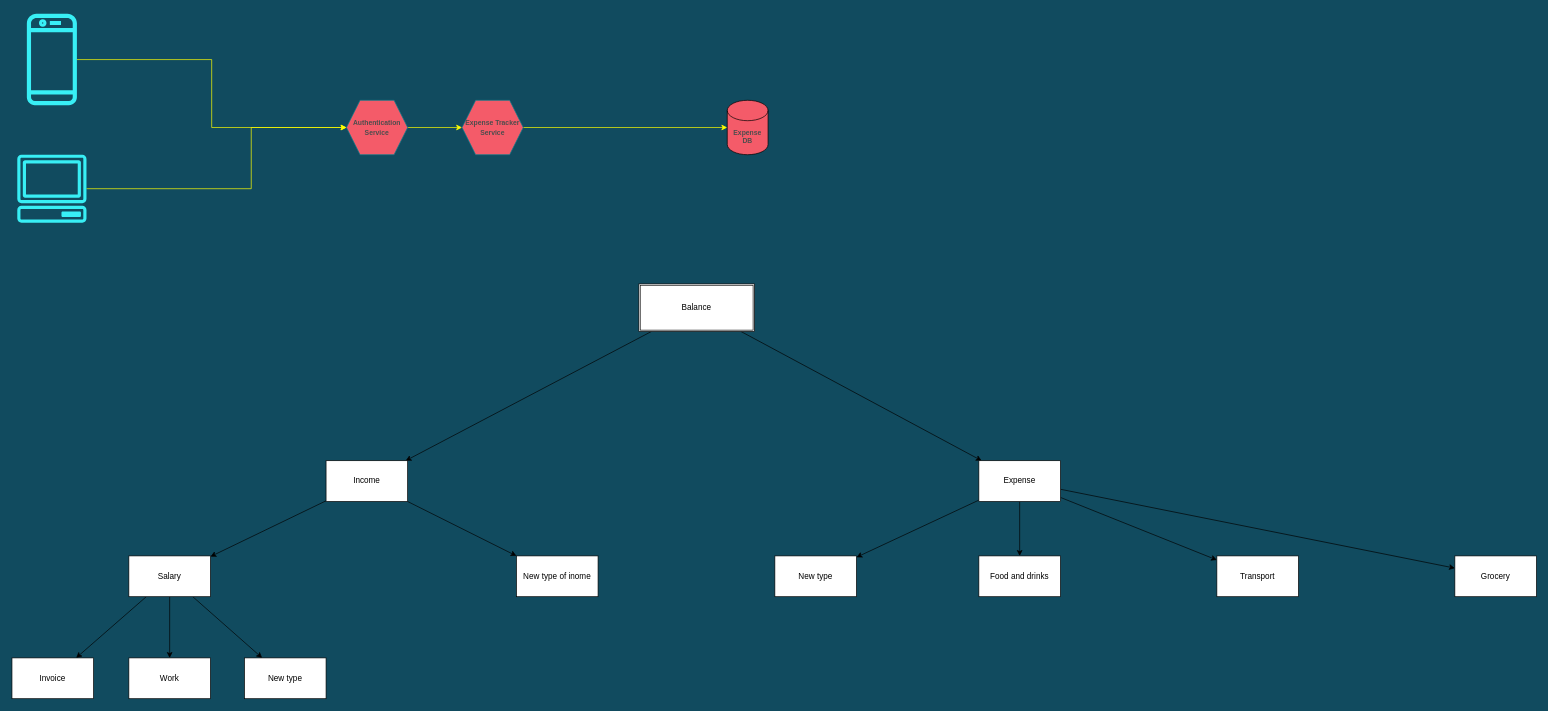
The draw.io diagram Architecture.drawio in kanaan-dvlps/Expense_Tracker, before the edit. Source tidied: cells renumbered, new cells numbered last; positions are measured from the earlier drawing's top-left corner, leaving out a move shared by most shapes. Both pictures are drawn from the tidied source at 68%, with x=0, y=0 at pixel (12, 12).
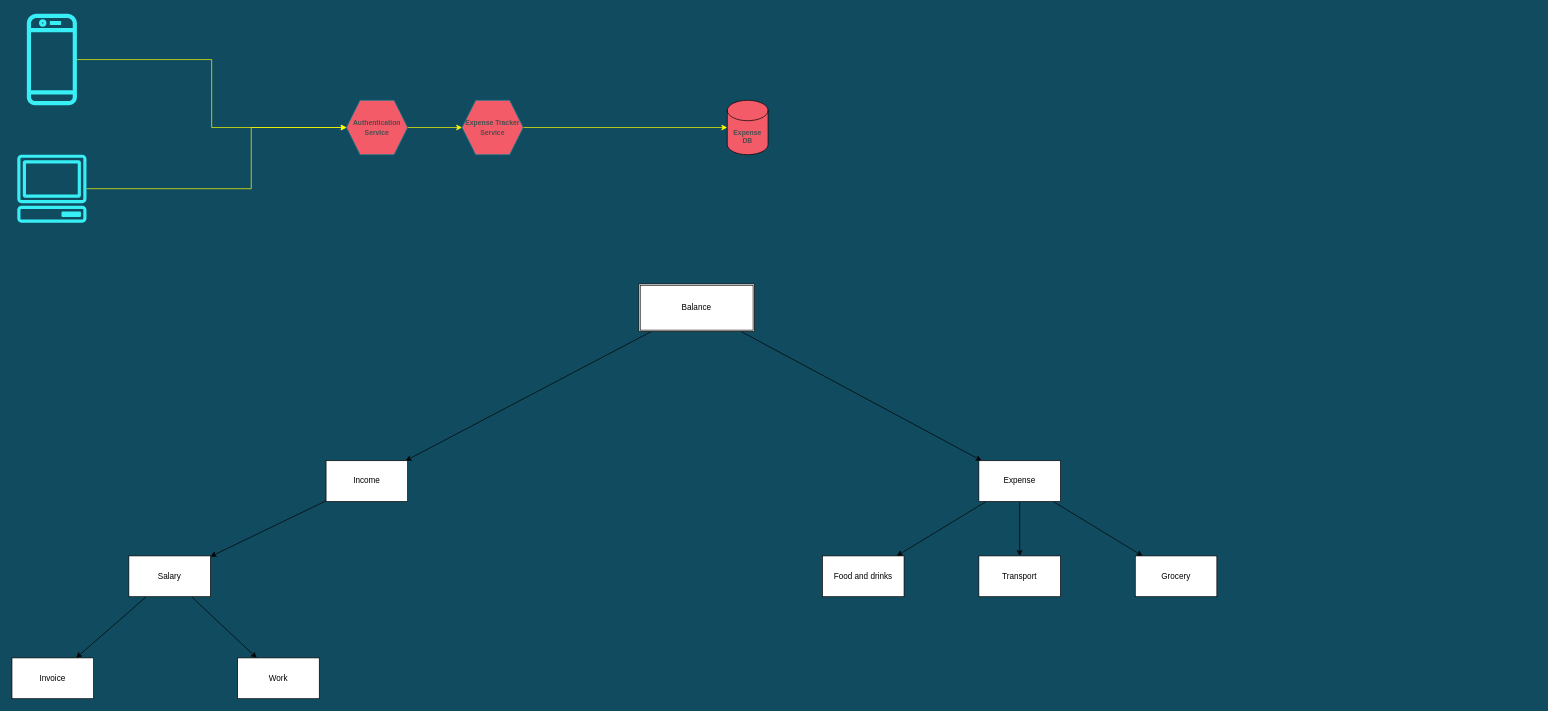
Above is the later version.

Commit message:
chore: edited database tree

The change refers to these unchanged cells:
```xml
<mxCell id="16" value="Income" style="whiteSpace=wrap;html=1;rounded=0;" parent="1" vertex="1">
  <mxGeometry x="462" y="660" width="120" height="60" as="geometry" />
</mxCell>
<mxCell id="21" value="Expense" style="whiteSpace=wrap;html=1;rounded=0;" parent="1" vertex="1">
  <mxGeometry x="1422" y="660" width="120" height="60" as="geometry" />
</mxCell>
<mxCell id="25" value="Salary" style="whiteSpace=wrap;html=1;rounded=0;" parent="1" vertex="1">
  <mxGeometry x="172" y="800" width="120" height="60" as="geometry" />
</mxCell>
```

Change to the diagram source:
```diff
@@
-    <mxCell id="15" style="edgeStyle=none;html=1;" parent="1" edge="1" source="16" target="26">
-      <mxGeometry relative="1" as="geometry" />
-    </mxCell>
@@
-    <mxCell id="19" style="edgeStyle=none;html=1;" parent="1" edge="1" source="21" target="32">
-      <mxGeometry relative="1" as="geometry" />
-    </mxCell>
@@
-    <mxCell id="24" style="edgeStyle=none;html=1;" parent="1" edge="1" source="25" target="29">
-      <mxGeometry relative="1" as="geometry" />
-    </mxCell>
@@
-    <mxCell id="26" value="New type of inome" style="whiteSpace=wrap;html=1;rounded=0;" parent="1" vertex="1">
-      <mxGeometry x="742" y="800" width="120" height="60" as="geometry" />
-    </mxCell>
@@
     <mxCell id="28" value="Work" style="whiteSpace=wrap;html=1;rounded=0;" parent="1" vertex="1">
-      <mxGeometry x="172" y="950" width="120" height="60" as="geometry" />
+      <mxGeometry x="332" y="950" width="120" height="60" as="geometry" />
     </mxCell>
-    <mxCell id="29" value="New type" style="whiteSpace=wrap;html=1;rounded=0;" parent="1" vertex="1">
-      <mxGeometry x="342" y="950" width="120" height="60" as="geometry" />
-    </mxCell>
     <mxCell id="30" value="Food and drinks" style="whiteSpace=wrap;html=1;rounded=0;" parent="1" vertex="1">
-      <mxGeometry x="1422" y="800" width="120" height="60" as="geometry" />
+      <mxGeometry x="1192" y="800" width="120" height="60" as="geometry" />
     </mxCell>
     <mxCell id="31" value="Transport" style="whiteSpace=wrap;html=1;rounded=0;" parent="1" vertex="1">
-      <mxGeometry x="1772" y="800" width="120" height="60" as="geometry" />
+      <mxGeometry x="1422" y="800" width="120" height="60" as="geometry" />
     </mxCell>
-    <mxCell id="32" value="New type" style="whiteSpace=wrap;html=1;rounded=0;" parent="1" vertex="1">
-      <mxGeometry x="1122" y="800" width="120" height="60" as="geometry" />
-    </mxCell>
     <mxCell id="33" value="Grocery" style="whiteSpace=wrap;html=1;rounded=0;" parent="1" vertex="1">
-      <mxGeometry x="2122" y="800" width="120" height="60" as="geometry" />
+      <mxGeometry x="1652" y="800" width="120" height="60" as="geometry" />
     </mxCell>
```
